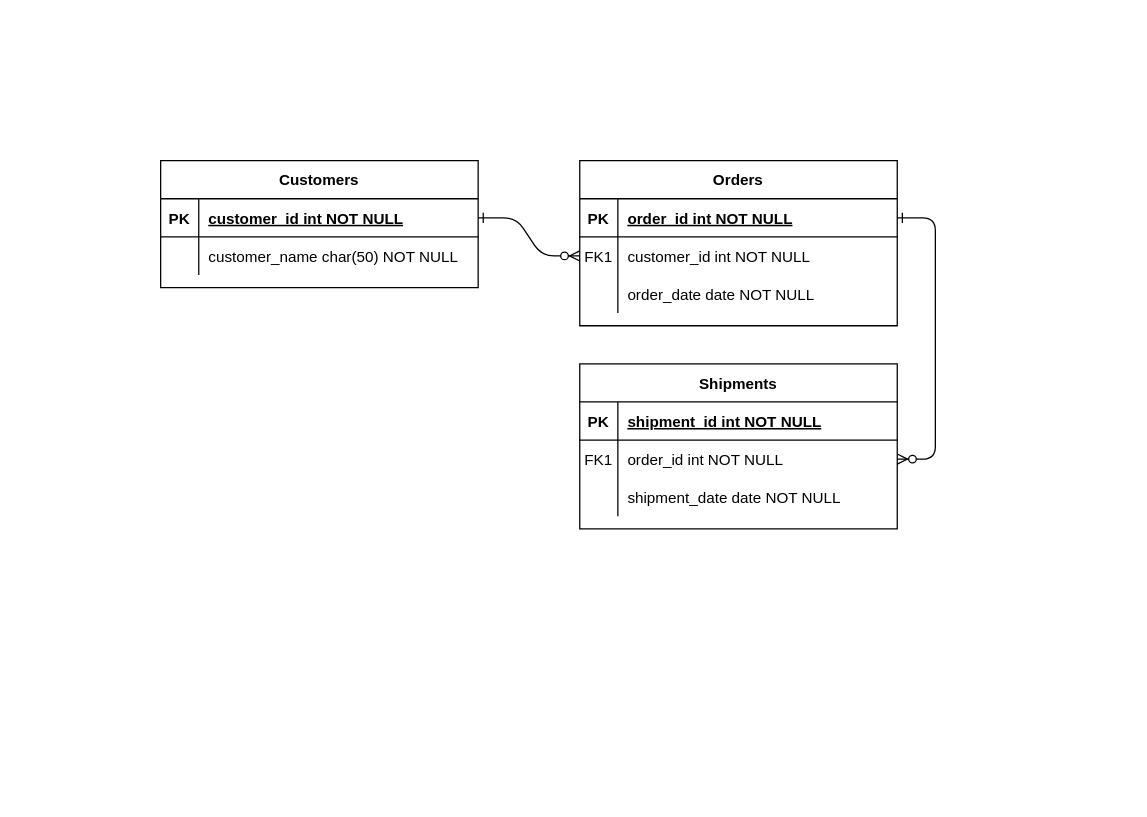
Earlier version of the draw.io diagram appz.drawio (SashaKostynian/Diagrams). Source tidied: cells renumbered, new cells numbered last; positions are measured from the earlier drawing's top-left corner, leaving out a move shared by most shapes. Both pictures are drawn from the tidied source at 127%, with x=0, y=0 at pixel (160, 160).
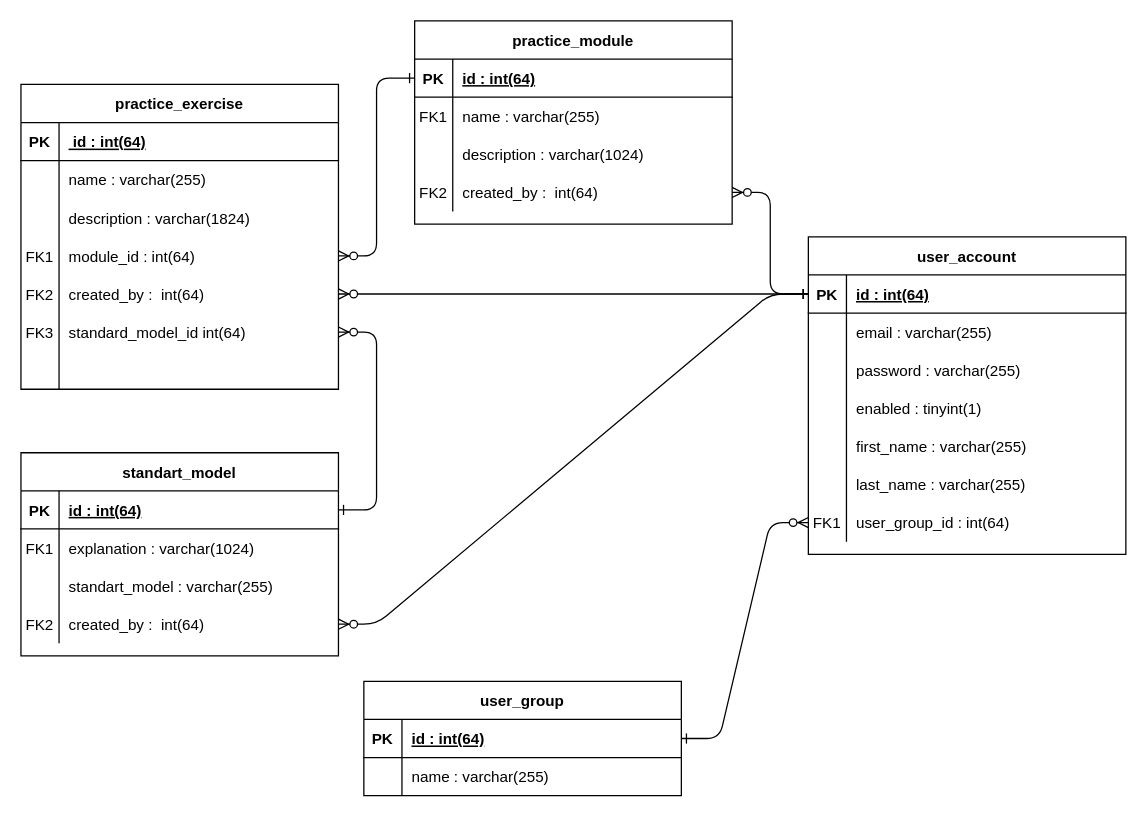
After the change.

The change refers to these unchanged cells:
```xml
<mxCell id="5" style="shape=partialRectangle;fillColor=none;points=[[0,0.5],[1,0.5]];portConstraint=eastwest;top=0;left=0;right=0;bottom=1;" parent="4" vertex="1">
  <mxGeometry y="30" width="250" height="30" as="geometry" />
</mxCell>
<mxCell id="8" style="shape=partialRectangle;fillColor=none;points=[[0,0.5],[1,0.5]];portConstraint=eastwest;top=0;left=0;right=0;bottom=0;" parent="4" vertex="1">
  <mxGeometry y="60" width="250" height="30" as="geometry" />
</mxCell>
<mxCell id="11" style="shape=partialRectangle;fillColor=none;top=0;left=0;right=0;bottom=0;" parent="4" vertex="1">
  <mxGeometry y="90" width="250" height="30" as="geometry" />
</mxCell>
<mxCell id="15" style="shape=partialRectangle;fillColor=none;points=[[0,0.5],[1,0.5]];portConstraint=eastwest;top=0;left=0;right=0;bottom=1;" parent="14" vertex="1">
  <mxGeometry y="30" width="250" height="30" as="geometry" />
</mxCell>
<mxCell id="18" style="shape=partialRectangle;fillColor=none;points=[[0,0.5],[1,0.5]];portConstraint=eastwest;top=0;left=0;right=0;bottom=0;" parent="14" vertex="1">
  <mxGeometry y="60" width="250" height="30" as="geometry" />
</mxCell>
<mxCell id="21" style="shape=partialRectangle;fillColor=none;top=0;left=0;right=0;bottom=0;" parent="14" vertex="1">
  <mxGeometry y="90" width="250" height="30" as="geometry" />
</mxCell>
<mxCell id="25" style="shape=partialRectangle;fillColor=none;points=[[0,0.5],[1,0.5]];portConstraint=eastwest;top=0;left=0;right=0;bottom=1;" parent="24" vertex="1">
  <mxGeometry y="30" width="250" height="30" as="geometry" />
</mxCell>
<mxCell id="28" style="shape=partialRectangle;fillColor=none;top=0;left=0;right=0;bottom=0;" parent="24" vertex="1">
  <mxGeometry y="60" width="250" height="30" as="geometry" />
</mxCell>
```

The edit, as a diff of the source:
```diff
@@
-    <mxCell id="2" style="edgeStyle=entityRelationEdgeStyle;endArrow=ERzeroToMany;startArrow=ERone;endFill=1;startFill=0;" parent="1" edge="1" source="25" target="8">
-      <mxGeometry relative="1" as="geometry" />
-    </mxCell>
-    <mxCell id="3" style="edgeStyle=entityRelationEdgeStyle;endArrow=ERzeroToMany;startArrow=ERone;endFill=1;startFill=0;" parent="1" edge="1" source="5" target="18">
+    <mxCell id="3" style="edgeStyle=entityRelationEdgeStyle;endArrow=ERzeroToMany;startArrow=ERone;endFill=1;startFill=0;exitX=1;exitY=0.5;exitDx=0;exitDy=0;entryX=1;entryY=0.5;entryDx=0;entryDy=0;" parent="1" edge="1" source="15" target="46">
       <mxGeometry relative="1" as="geometry" />
     </mxCell>
-    <mxCell id="4" value="Orders" style="shape=table;startSize=30;childLayout=tableLayout;rowLines=0;fontStyle=1;align=center;" parent="1" vertex="1">
-      <mxGeometry x="330" width="250" height="130" as="geometry" />
+    <mxCell id="4" value="practice_module" style="shape=table;startSize=30;childLayout=tableLayout;rowLines=0;fontStyle=1;align=center;" parent="1" vertex="1">
+      <mxGeometry x="200" y="-110" width="250" height="160" as="geometry" />
     </mxCell>
@@
-    <mxCell id="7" value="order_id int NOT NULL " style="shape=partialRectangle;overflow=hidden;fillColor=none;top=0;left=0;bottom=0;right=0;align=left;spacingLeft=6;fontStyle=5;" parent="5" vertex="1">
+    <mxCell id="7" value="id : int(64)" style="shape=partialRectangle;overflow=hidden;fillColor=none;top=0;left=0;bottom=0;right=0;align=left;spacingLeft=6;fontStyle=5;" parent="5" vertex="1">
       <mxGeometry x="30" width="220" height="30" as="geometry" />
     </mxCell>
@@
-    <mxCell id="10" value="customer_id int NOT NULL" style="shape=partialRectangle;overflow=hidden;fillColor=none;top=0;left=0;bottom=0;right=0;align=left;spacingLeft=6;" parent="8" vertex="1">
+    <mxCell id="10" value="name : varchar(255)" style="shape=partialRectangle;overflow=hidden;fillColor=none;top=0;left=0;bottom=0;right=0;align=left;spacingLeft=6;" parent="8" vertex="1">
       <mxGeometry x="30" width="220" height="30" as="geometry" />
     </mxCell>
@@
-    <mxCell id="13" value="order_date date NOT NULL" style="shape=partialRectangle;overflow=hidden;fillColor=none;top=0;left=0;bottom=0;right=0;align=left;spacingLeft=6;" parent="11" vertex="1">
+    <mxCell id="13" value="description : varchar(1024)" style="shape=partialRectangle;overflow=hidden;fillColor=none;top=0;left=0;bottom=0;right=0;align=left;spacingLeft=6;" parent="11" vertex="1">
       <mxGeometry x="30" width="220" height="30" as="geometry" />
     </mxCell>
+    <mxCell id="31" style="shape=partialRectangle;fillColor=none;points=[[0,0.5],[1,0.5]];portConstraint=eastwest;top=0;left=0;right=0;bottom=0;" parent="4" vertex="1">
+      <mxGeometry y="120" width="250" height="30" as="geometry" />
+    </mxCell>
+    <mxCell id="32" value="FK2" style="shape=partialRectangle;overflow=hidden;fillColor=none;top=0;left=0;bottom=0;right=0;" parent="31" vertex="1">
+      <mxGeometry width="30" height="30" as="geometry" />
+    </mxCell>
+    <mxCell id="33" value="created_by :  int(64)" style="shape=partialRectangle;overflow=hidden;fillColor=none;top=0;left=0;bottom=0;right=0;align=left;spacingLeft=6;" parent="31" vertex="1">
+      <mxGeometry x="30" width="220" height="30" as="geometry" />
+    </mxCell>
-    <mxCell id="14" value="Shipments" style="shape=table;startSize=30;childLayout=tableLayout;rowLines=0;fontStyle=1;align=center;" parent="1" vertex="1">
-      <mxGeometry x="330" y="160" width="250" height="130" as="geometry" />
+    <mxCell id="14" value="standart_model" style="shape=table;startSize=30;childLayout=tableLayout;rowLines=0;fontStyle=1;align=center;" parent="1" vertex="1">
+      <mxGeometry x="-110" y="230" width="250" height="160" as="geometry" />
     </mxCell>
@@
-    <mxCell id="17" value="shipment_id int NOT NULL " style="shape=partialRectangle;overflow=hidden;fillColor=none;top=0;left=0;bottom=0;right=0;align=left;spacingLeft=6;fontStyle=5;" parent="15" vertex="1">
+    <mxCell id="17" value="id : int(64)" style="shape=partialRectangle;overflow=hidden;fillColor=none;top=0;left=0;bottom=0;right=0;align=left;spacingLeft=6;fontStyle=5;" parent="15" vertex="1">
       <mxGeometry x="30" width="220" height="30" as="geometry" />
     </mxCell>
@@
-    <mxCell id="20" value="order_id int NOT NULL" style="shape=partialRectangle;overflow=hidden;fillColor=none;top=0;left=0;bottom=0;right=0;align=left;spacingLeft=6;" parent="18" vertex="1">
+    <mxCell id="20" value="explanation : varchar(1024)" style="shape=partialRectangle;overflow=hidden;fillColor=none;top=0;left=0;bottom=0;right=0;align=left;spacingLeft=6;" parent="18" vertex="1">
       <mxGeometry x="30" width="220" height="30" as="geometry" />
     </mxCell>
@@
-    <mxCell id="23" value="shipment_date date NOT NULL" style="shape=partialRectangle;overflow=hidden;fillColor=none;top=0;left=0;bottom=0;right=0;align=left;spacingLeft=6;" parent="21" vertex="1">
+    <mxCell id="23" value="standart_model : varchar(255)" style="shape=partialRectangle;overflow=hidden;fillColor=none;top=0;left=0;bottom=0;right=0;align=left;spacingLeft=6;" parent="21" vertex="1">
       <mxGeometry x="30" width="220" height="30" as="geometry" />
     </mxCell>
+    <mxCell id="34" style="shape=partialRectangle;fillColor=none;points=[[0,0.5],[1,0.5]];portConstraint=eastwest;top=0;left=0;right=0;bottom=0;" parent="14" vertex="1">
+      <mxGeometry y="120" width="250" height="30" as="geometry" />
+    </mxCell>
+    <mxCell id="35" value="FK2" style="shape=partialRectangle;overflow=hidden;fillColor=none;top=0;left=0;bottom=0;right=0;" parent="34" vertex="1">
+      <mxGeometry width="30" height="30" as="geometry" />
+    </mxCell>
+    <mxCell id="36" value="created_by :  int(64)" style="shape=partialRectangle;overflow=hidden;fillColor=none;top=0;left=0;bottom=0;right=0;align=left;spacingLeft=6;" parent="34" vertex="1">
+      <mxGeometry x="30" width="220" height="30" as="geometry" />
+    </mxCell>
-    <mxCell id="24" value="Customers" style="shape=table;startSize=30;childLayout=tableLayout;rowLines=0;fontStyle=1;align=center;" parent="1" vertex="1">
-      <mxGeometry width="250" height="100" as="geometry" />
+    <mxCell id="24" value="practice_exercise" style="shape=table;startSize=30;childLayout=tableLayout;rowLines=0;fontStyle=1;align=center;" parent="1" vertex="1">
+      <mxGeometry x="-110" y="-60" width="250" height="240" as="geometry" />
     </mxCell>
@@
-    <mxCell id="27" value="customer_id int NOT NULL " style="shape=partialRectangle;overflow=hidden;fillColor=none;top=0;left=0;bottom=0;right=0;align=left;spacingLeft=6;fontStyle=5;" parent="25" vertex="1">
+    <mxCell id="27" value=" id : int(64)" style="shape=partialRectangle;overflow=hidden;fillColor=none;top=0;left=0;bottom=0;right=0;align=left;spacingLeft=6;fontStyle=5;" parent="25" vertex="1">
       <mxGeometry x="30" width="220" height="30" as="geometry" />
     </mxCell>
@@
-    <mxCell id="30" value="customer_name char(50) NOT NULL" style="shape=partialRectangle;overflow=hidden;fillColor=none;top=0;left=0;bottom=0;right=0;align=left;spacingLeft=6;" parent="28" vertex="1">
+    <mxCell id="30" value="name : varchar(255)" style="shape=partialRectangle;overflow=hidden;fillColor=none;top=0;left=0;bottom=0;right=0;align=left;spacingLeft=6;" parent="28" vertex="1">
       <mxGeometry x="30" width="220" height="30" as="geometry" />
     </mxCell>
+    <mxCell id="37" style="shape=partialRectangle;fillColor=none;top=0;left=0;right=0;bottom=0;" parent="24" vertex="1">
+      <mxGeometry y="90" width="250" height="30" as="geometry" />
+    </mxCell>
+    <mxCell id="38" style="shape=partialRectangle;overflow=hidden;fillColor=none;top=0;left=0;bottom=0;right=0;" parent="37" vertex="1">
+      <mxGeometry width="30" height="30" as="geometry" />
+    </mxCell>
+    <mxCell id="39" value="description : varchar(1824)" style="shape=partialRectangle;overflow=hidden;fillColor=none;top=0;left=0;bottom=0;right=0;align=left;spacingLeft=6;" parent="37" vertex="1">
+      <mxGeometry x="30" width="220" height="30" as="geometry" />
+    </mxCell>
+    <mxCell id="40" style="shape=partialRectangle;fillColor=none;points=[[0,0.5],[1,0.5]];portConstraint=eastwest;top=0;left=0;right=0;bottom=0;" parent="24" vertex="1">
+      <mxGeometry y="120" width="250" height="30" as="geometry" />
+    </mxCell>
+    <mxCell id="41" value="FK1" style="shape=partialRectangle;overflow=hidden;fillColor=none;top=0;left=0;bottom=0;right=0;" parent="40" vertex="1">
+      <mxGeometry width="30" height="30" as="geometry" />
+    </mxCell>
+    <mxCell id="42" value="module_id : int(64)" style="shape=partialRectangle;overflow=hidden;fillColor=none;top=0;left=0;bottom=0;right=0;align=left;spacingLeft=6;" parent="40" vertex="1">
+      <mxGeometry x="30" width="220" height="30" as="geometry" />
+    </mxCell>
+    <mxCell id="43" style="shape=partialRectangle;fillColor=none;points=[[0,0.5],[1,0.5]];portConstraint=eastwest;top=0;left=0;right=0;bottom=0;" parent="24" vertex="1">
+      <mxGeometry y="150" width="250" height="30" as="geometry" />
+    </mxCell>
+    <mxCell id="44" value="FK2" style="shape=partialRectangle;overflow=hidden;fillColor=none;top=0;left=0;bottom=0;right=0;" parent="43" vertex="1">
+      <mxGeometry width="30" height="30" as="geometry" />
+    </mxCell>
+    <mxCell id="45" value="created_by :  int(64)" style="shape=partialRectangle;overflow=hidden;fillColor=none;top=0;left=0;bottom=0;right=0;align=left;spacingLeft=6;" parent="43" vertex="1">
+      <mxGeometry x="30" width="220" height="30" as="geometry" />
+    </mxCell>
+    <mxCell id="46" style="shape=partialRectangle;fillColor=none;points=[[0,0.5],[1,0.5]];portConstraint=eastwest;top=0;left=0;right=0;bottom=0;" parent="24" vertex="1">
+      <mxGeometry y="180" width="250" height="30" as="geometry" />
+    </mxCell>
+    <mxCell id="47" value="FK3" style="shape=partialRectangle;overflow=hidden;fillColor=none;top=0;left=0;bottom=0;right=0;" parent="46" vertex="1">
+      <mxGeometry width="30" height="30" as="geometry" />
+    </mxCell>
+    <mxCell id="48" value="standard_model_id int(64)" style="shape=partialRectangle;overflow=hidden;fillColor=none;top=0;left=0;bottom=0;right=0;align=left;spacingLeft=6;" parent="46" vertex="1">
+      <mxGeometry x="30" width="220" height="30" as="geometry" />
+    </mxCell>
+    <mxCell id="49" style="shape=partialRectangle;fillColor=none;top=0;left=0;right=0;bottom=0;" parent="24" vertex="1">
+      <mxGeometry y="210" width="250" height="30" as="geometry" />
+    </mxCell>
+    <mxCell id="50" style="shape=partialRectangle;overflow=hidden;fillColor=none;top=0;left=0;bottom=0;right=0;" parent="49" vertex="1">
+      <mxGeometry width="30" height="30" as="geometry" />
+    </mxCell>
+    <mxCell id="51" style="shape=partialRectangle;overflow=hidden;fillColor=none;top=0;left=0;bottom=0;right=0;align=left;spacingLeft=6;" parent="49" vertex="1">
+      <mxGeometry x="30" width="220" height="30" as="geometry" />
+    </mxCell>
+    <mxCell id="2" style="edgeStyle=entityRelationEdgeStyle;endArrow=ERzeroToMany;startArrow=ERone;endFill=1;startFill=0;entryX=1;entryY=0.5;entryDx=0;entryDy=0;exitX=0;exitY=0.5;exitDx=0;exitDy=0;" parent="1" edge="1" source="5" target="40">
+      <mxGeometry relative="1" as="geometry" />
+    </mxCell>
+    <mxCell id="52" value="user_group" style="shape=table;startSize=30;childLayout=tableLayout;rowLines=0;fontStyle=1;align=center;" parent="1" vertex="1">
+      <mxGeometry x="160" y="410" width="250" height="90" as="geometry" />
+    </mxCell>
+    <mxCell id="53" style="shape=partialRectangle;fillColor=none;points=[[0,0.5],[1,0.5]];portConstraint=eastwest;top=0;left=0;right=0;bottom=1;" parent="52" vertex="1">
+      <mxGeometry y="30" width="250" height="30" as="geometry" />
+    </mxCell>
+    <mxCell id="54" value="PK" style="shape=partialRectangle;overflow=hidden;fillColor=none;top=0;left=0;bottom=0;right=0;fontStyle=1;" parent="53" vertex="1">
+      <mxGeometry width="30" height="30" as="geometry" />
+    </mxCell>
+    <mxCell id="55" value="id : int(64)" style="shape=partialRectangle;overflow=hidden;fillColor=none;top=0;left=0;bottom=0;right=0;align=left;spacingLeft=6;fontStyle=5;" parent="53" vertex="1">
+      <mxGeometry x="30" width="220" height="30" as="geometry" />
+    </mxCell>
+    <mxCell id="56" style="shape=partialRectangle;fillColor=none;top=0;left=0;right=0;bottom=0;" parent="52" vertex="1">
+      <mxGeometry y="60" width="250" height="30" as="geometry" />
+    </mxCell>
+    <mxCell id="57" style="shape=partialRectangle;overflow=hidden;fillColor=none;top=0;left=0;bottom=0;right=0;" parent="56" vertex="1">
+      <mxGeometry width="30" height="30" as="geometry" />
+    </mxCell>
+    <mxCell id="58" value="name : varchar(255)" style="shape=partialRectangle;overflow=hidden;fillColor=none;top=0;left=0;bottom=0;right=0;align=left;spacingLeft=6;" parent="56" vertex="1">
+      <mxGeometry x="30" width="220" height="30" as="geometry" />
+    </mxCell>
+    <mxCell id="59" value="user_account" style="shape=table;startSize=30;childLayout=tableLayout;rowLines=0;fontStyle=1;align=center;" parent="1" vertex="1">
+      <mxGeometry x="510" y="60" width="250" height="250" as="geometry" />
+    </mxCell>
+    <mxCell id="60" style="shape=partialRectangle;fillColor=none;points=[[0,0.5],[1,0.5]];portConstraint=eastwest;top=0;left=0;right=0;bottom=1;" parent="59" vertex="1">
+      <mxGeometry y="30" width="250" height="30" as="geometry" />
+    </mxCell>
+    <mxCell id="61" value="PK" style="shape=partialRectangle;overflow=hidden;fillColor=none;top=0;left=0;bottom=0;right=0;fontStyle=1;" parent="60" vertex="1">
+      <mxGeometry width="30" height="30" as="geometry" />
+    </mxCell>
+    <mxCell id="62" value="id : int(64)" style="shape=partialRectangle;overflow=hidden;fillColor=none;top=0;left=0;bottom=0;right=0;align=left;spacingLeft=6;fontStyle=5;" parent="60" vertex="1">
+      <mxGeometry x="30" width="220" height="30" as="geometry" />
+    </mxCell>
+    <mxCell id="63" style="shape=partialRectangle;fillColor=none;top=0;left=0;right=0;bottom=0;" parent="59" vertex="1">
+      <mxGeometry y="60" width="250" height="30" as="geometry" />
+    </mxCell>
+    <mxCell id="64" style="shape=partialRectangle;overflow=hidden;fillColor=none;top=0;left=0;bottom=0;right=0;" parent="63" vertex="1">
+      <mxGeometry width="30" height="30" as="geometry" />
+    </mxCell>
+    <mxCell id="65" value="email : varchar(255)" style="shape=partialRectangle;overflow=hidden;fillColor=none;top=0;left=0;bottom=0;right=0;align=left;spacingLeft=6;" parent="63" vertex="1">
+      <mxGeometry x="30" width="220" height="30" as="geometry" />
+    </mxCell>
+    <mxCell id="66" style="shape=partialRectangle;fillColor=none;top=0;left=0;right=0;bottom=0;" parent="59" vertex="1">
+      <mxGeometry y="90" width="250" height="30" as="geometry" />
+    </mxCell>
+    <mxCell id="67" style="shape=partialRectangle;overflow=hidden;fillColor=none;top=0;left=0;bottom=0;right=0;" parent="66" vertex="1">
+      <mxGeometry width="30" height="30" as="geometry" />
+    </mxCell>
+    <mxCell id="68" value="password : varchar(255)" style="shape=partialRectangle;overflow=hidden;fillColor=none;top=0;left=0;bottom=0;right=0;align=left;spacingLeft=6;" parent="66" vertex="1">
+      <mxGeometry x="30" width="220" height="30" as="geometry" />
+    </mxCell>
+    <mxCell id="69" style="shape=partialRectangle;fillColor=none;top=0;left=0;right=0;bottom=0;" parent="59" vertex="1">
+      <mxGeometry y="120" width="250" height="30" as="geometry" />
+    </mxCell>
+    <mxCell id="70" style="shape=partialRectangle;overflow=hidden;fillColor=none;top=0;left=0;bottom=0;right=0;" parent="69" vertex="1">
+      <mxGeometry width="30" height="30" as="geometry" />
+    </mxCell>
+    <mxCell id="71" value="enabled : tinyint(1)" style="shape=partialRectangle;overflow=hidden;fillColor=none;top=0;left=0;bottom=0;right=0;align=left;spacingLeft=6;" parent="69" vertex="1">
+      <mxGeometry x="30" width="220" height="30" as="geometry" />
+    </mxCell>
+    <mxCell id="72" style="shape=partialRectangle;fillColor=none;top=0;left=0;right=0;bottom=0;" parent="59" vertex="1">
+      <mxGeometry y="150" width="250" height="30" as="geometry" />
+    </mxCell>
+    <mxCell id="73" style="shape=partialRectangle;overflow=hidden;fillColor=none;top=0;left=0;bottom=0;right=0;" parent="72" vertex="1">
+      <mxGeometry width="30" height="30" as="geometry" />
+    </mxCell>
+    <mxCell id="74" value="first_name : varchar(255)" style="shape=partialRectangle;overflow=hidden;fillColor=none;top=0;left=0;bottom=0;right=0;align=left;spacingLeft=6;" parent="72" vertex="1">
+      <mxGeometry x="30" width="220" height="30" as="geometry" />
+    </mxCell>
+    <mxCell id="75" style="shape=partialRectangle;fillColor=none;top=0;left=0;right=0;bottom=0;" parent="59" vertex="1">
+      <mxGeometry y="180" width="250" height="30" as="geometry" />
+    </mxCell>
+    <mxCell id="76" style="shape=partialRectangle;overflow=hidden;fillColor=none;top=0;left=0;bottom=0;right=0;" parent="75" vertex="1">
+      <mxGeometry width="30" height="30" as="geometry" />
+    </mxCell>
+    <mxCell id="77" value="last_name : varchar(255)" style="shape=partialRectangle;overflow=hidden;fillColor=none;top=0;left=0;bottom=0;right=0;align=left;spacingLeft=6;" parent="75" vertex="1">
+      <mxGeometry x="30" width="220" height="30" as="geometry" />
+    </mxCell>
+    <mxCell id="78" style="shape=partialRectangle;fillColor=none;points=[[0,0.5],[1,0.5]];portConstraint=eastwest;top=0;left=0;right=0;bottom=0;" parent="59" vertex="1">
+      <mxGeometry y="210" width="250" height="30" as="geometry" />
+    </mxCell>
+    <mxCell id="79" value="FK1" style="shape=partialRectangle;overflow=hidden;fillColor=none;top=0;left=0;bottom=0;right=0;" parent="78" vertex="1">
+      <mxGeometry width="30" height="30" as="geometry" />
+    </mxCell>
+    <mxCell id="80" value="user_group_id : int(64)" style="shape=partialRectangle;overflow=hidden;fillColor=none;top=0;left=0;bottom=0;right=0;align=left;spacingLeft=6;" parent="78" vertex="1">
+      <mxGeometry x="30" width="220" height="30" as="geometry" />
+    </mxCell>
+    <mxCell id="81" style="edgeStyle=entityRelationEdgeStyle;endArrow=ERzeroToMany;startArrow=ERone;endFill=1;startFill=0;exitX=1;exitY=0.5;exitDx=0;exitDy=0;entryX=0;entryY=0.5;entryDx=0;entryDy=0;" parent="1" edge="1" source="53" target="78">
+      <mxGeometry relative="1" as="geometry" />
+    </mxCell>
+    <mxCell id="82" style="edgeStyle=entityRelationEdgeStyle;endArrow=ERzeroToMany;startArrow=ERone;endFill=1;startFill=0;exitX=0;exitY=0.5;exitDx=0;exitDy=0;entryX=1;entryY=0.5;entryDx=0;entryDy=0;" parent="1" edge="1" source="60" target="43">
+      <mxGeometry relative="1" as="geometry" />
+    </mxCell>
+    <mxCell id="83" style="edgeStyle=entityRelationEdgeStyle;endArrow=ERzeroToMany;startArrow=ERone;endFill=1;startFill=0;entryX=1;entryY=0.5;entryDx=0;entryDy=0;exitX=0;exitY=0.5;exitDx=0;exitDy=0;" parent="1" edge="1" source="60" target="34">
+      <mxGeometry relative="1" as="geometry" />
+    </mxCell>
+    <mxCell id="84" style="edgeStyle=entityRelationEdgeStyle;endArrow=ERzeroToMany;startArrow=ERone;endFill=1;startFill=0;exitX=0;exitY=0.5;exitDx=0;exitDy=0;entryX=1;entryY=0.5;entryDx=0;entryDy=0;" parent="1" edge="1" source="60" target="31">
+      <mxGeometry relative="1" as="geometry" />
+    </mxCell>
```
